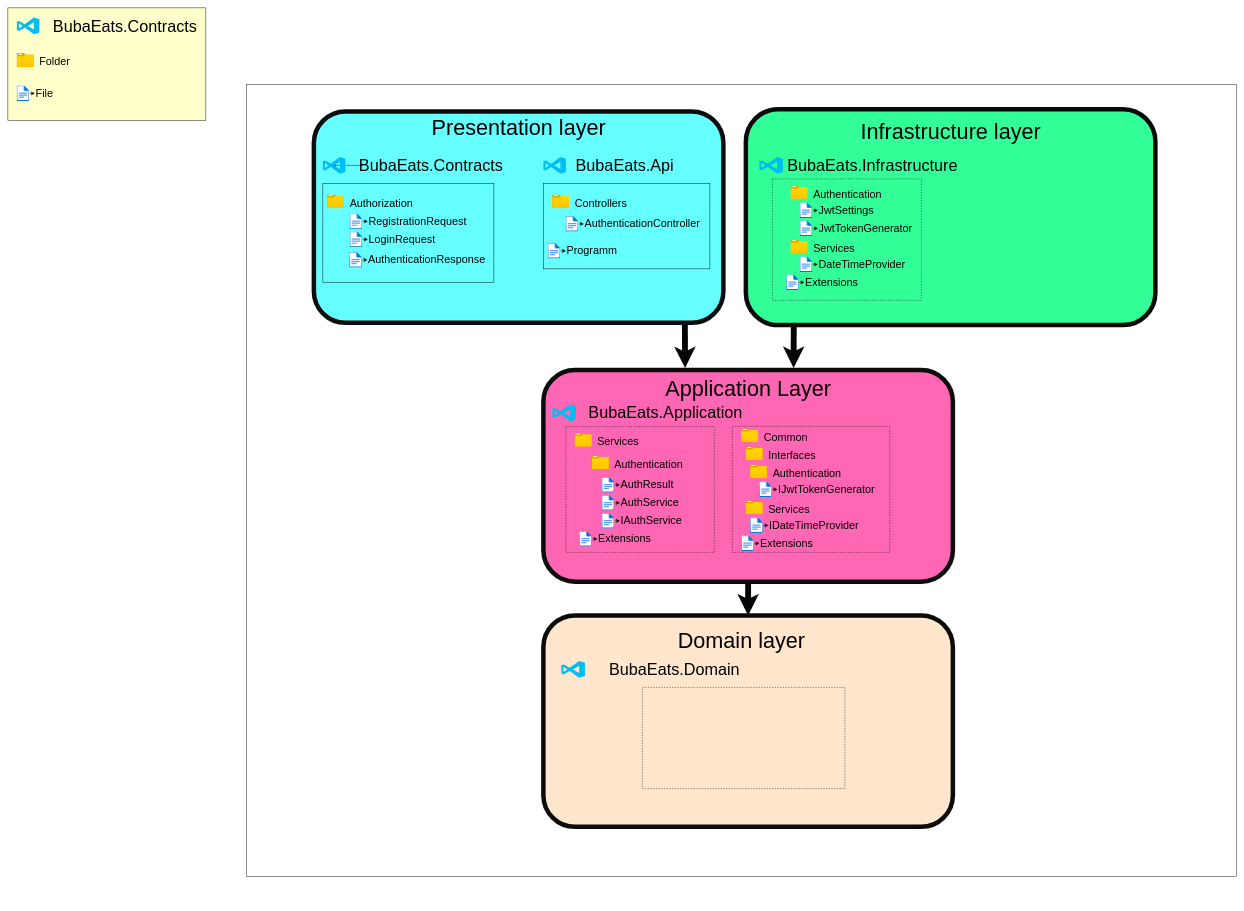
This is view.drawio from PilarczykM/BubaEats, a draw.io file, before an edit. Source tidied: cells renumbered, new cells numbered last; positions are measured from the earlier drawing's top-left corner, leaving out a move shared by most shapes. Both pictures are drawn from the tidied source at 45%, with x=0, y=0 at pixel (8, 8).
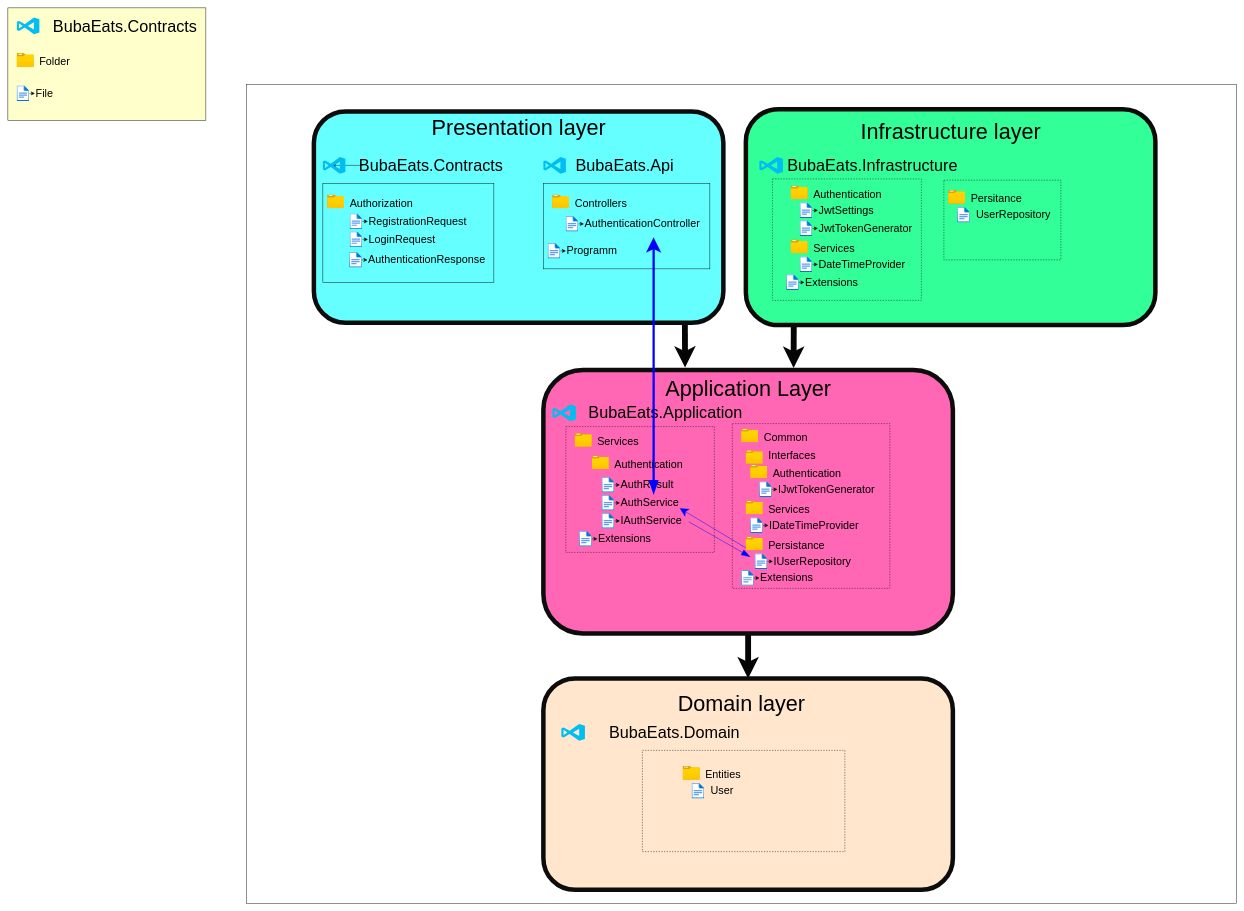
Above is the later version.

Unchanged cells that the change refers to:
```xml
<mxCell id="76" value="AuthService" style="text;html=1;align=left;verticalAlign=middle;points=[];strokeColor=none;fillColor=none;fontSize=24;fontColor=#000000;" parent="74" vertex="1">
  <mxGeometry x="40" width="150" height="40" as="geometry" />
</mxCell>
<mxCell id="80" value="IAuthService" style="text;html=1;align=left;verticalAlign=middle;points=[];strokeColor=none;fillColor=none;fontSize=24;fontColor=#000000;" parent="78" vertex="1">
  <mxGeometry x="40" width="160" height="40" as="geometry" />
</mxCell>
```

The edit, as a diff of the source:
```diff
@@
     <mxCell id="2" style="rounded=0;whiteSpace=wrap;html=1;strokeColor=#0a0a0a;strokeWidth=1;fontSize=48;fontColor=#000000;fillColor=#FFFFFF;" parent="1" vertex="1">
-      <mxGeometry x="530" y="170" width="2200" height="1760" as="geometry" />
+      <mxGeometry x="530" y="170" width="2200" height="1820" as="geometry" />
     </mxCell>
@@
     <mxCell id="61" style="rounded=1;whiteSpace=wrap;html=1;fillColor=#FF66B3;strokeWidth=10;strokeColor=#0d0c0c;" parent="1" vertex="1">
-      <mxGeometry x="1190" y="805" width="910" height="470" as="geometry" />
+      <mxGeometry x="1190" y="805" width="910" height="585" as="geometry" />
     </mxCell>
@@
     <mxCell id="86" style="rounded=1;whiteSpace=wrap;html=1;fillColor=#FFE6CC;strokeWidth=10;strokeColor=#0d0c0c;" parent="1" vertex="1">
-      <mxGeometry x="1190" y="1350" width="910" height="470" as="geometry" />
+      <mxGeometry x="1190" y="1490" width="910" height="470" as="geometry" />
     </mxCell>
     <mxCell id="87" value="&lt;font style=&quot;font-size: 48px;&quot; color=&quot;#000000&quot;&gt;Domain layer&lt;/font&gt;" style="text;html=1;align=center;verticalAlign=middle;strokeColor=none;fillColor=none;" parent="1" vertex="1">
-      <mxGeometry x="1475" y="1370" width="310" height="70" as="geometry" />
+      <mxGeometry x="1475" y="1510" width="310" height="70" as="geometry" />
     </mxCell>
     <mxCell id="88" style="group;" parent="1" vertex="1">
-      <mxGeometry x="1230" y="1440" width="460" height="60" as="geometry" />
+      <mxGeometry x="1230" y="1580" width="460" height="60" as="geometry" />
     </mxCell>
@@
     <mxCell id="94" style="rounded=0;whiteSpace=wrap;html=1;dashed=1;strokeColor=#0a0a0a;strokeWidth=1;fontSize=48;fontColor=#000000;fillColor=none;" parent="1" vertex="1">
-      <mxGeometry x="1410" y="1510" width="450" height="225" as="geometry" />
+      <mxGeometry x="1410" y="1650" width="450" height="225" as="geometry" />
     </mxCell>
@@
     <mxCell id="121" style="group;" parent="1" vertex="1">
-      <mxGeometry x="1640" y="950" width="320" height="260" as="geometry" />
+      <mxGeometry x="1640" y="950" width="320" height="340" as="geometry" />
     </mxCell>
     <mxCell id="122" style="html=1;align=center;image;fontSize=12;image=img/lib/azure2/general/Folder_Blank.svg;rounded=1;strokeColor=#000000;fontColor=#000000;fillColor=#FFFFCC;" parent="121" vertex="1">
-      <mxGeometry y="25" width="38" height="31" as="geometry" />
+      <mxGeometry y="32.7" width="38" height="31" as="geometry" />
     </mxCell>
@@
     <mxCell id="124" style="rounded=0;whiteSpace=wrap;html=1;dashed=1;strokeColor=#0a0a0a;strokeWidth=1;fontSize=48;fontColor=#000000;fillColor=none;" parent="121" vertex="1">
-      <mxGeometry x="-30" y="-20" width="350" height="280" as="geometry" />
+      <mxGeometry x="-30" y="-26.2" width="350" height="366.2" as="geometry" />
     </mxCell>
+    <mxCell id="143" style="group;" parent="121" vertex="1">
+      <mxGeometry y="200" width="198" height="70" as="geometry" />
+    </mxCell>
+    <mxCell id="144" style="html=1;align=center;image;fontSize=12;image=img/lib/azure2/general/Folder_Blank.svg;rounded=1;strokeColor=#000000;fontColor=#000000;fillColor=#FFFFCC;" parent="143" vertex="1">
+      <mxGeometry y="25" width="38" height="31" as="geometry" />
+    </mxCell>
+    <mxCell id="145" value="&lt;font style=&quot;font-size: 24px;&quot;&gt;Persistance&lt;/font&gt;" style="text;html=1;align=left;verticalAlign=middle;strokeColor=none;fillColor=none;fontSize=48;fontColor=#000000;" parent="143" vertex="1">
+      <mxGeometry x="48" width="150" height="70" as="geometry" />
+    </mxCell>
+    <mxCell id="146" style="group;" parent="121" vertex="1">
+      <mxGeometry x="20" y="260" width="280" height="40" as="geometry" />
+    </mxCell>
+    <mxCell id="147" style="html=1;points=[];align=center;image;fontSize=12;image=img/lib/azure2/general/File.svg;rounded=1;strokeColor=#000000;fontColor=#000000;fillColor=#FFFFCC;" parent="146" vertex="1">
+      <mxGeometry y="2.8" width="28" height="34.5" as="geometry" />
+    </mxCell>
+    <mxCell id="148" value="IUserRepository" style="text;html=1;align=left;verticalAlign=middle;points=[];strokeColor=none;fillColor=none;fontSize=24;fontColor=#000000;" parent="146" vertex="1">
+      <mxGeometry x="40" width="200" height="40" as="geometry" />
+    </mxCell>
+    <mxCell id="149" style="edgeStyle=none;html=1;fontSize=24;fontColor=#000000;" parent="146" edge="1" source="147" target="148">
+      <mxGeometry relative="1" as="geometry" />
+    </mxCell>
@@
     <mxCell id="139" style="group;" parent="1" vertex="1">
-      <mxGeometry x="1630" y="1170" width="280" height="40" as="geometry" />
+      <mxGeometry x="1630" y="1247" width="280" height="46" as="geometry" />
     </mxCell>
@@
+    <mxCell id="150" style="group;" parent="1" vertex="1">
+      <mxGeometry x="2090" y="380" width="228" height="70" as="geometry" />
+    </mxCell>
+    <mxCell id="151" style="html=1;align=center;image;fontSize=12;image=img/lib/azure2/general/Folder_Blank.svg;rounded=1;strokeColor=#000000;fontColor=#000000;fillColor=#FFFFCC;" parent="150" vertex="1">
+      <mxGeometry y="25" width="38" height="31" as="geometry" />
+    </mxCell>
+    <mxCell id="152" value="&lt;font style=&quot;font-size: 24px;&quot;&gt;Persitance&lt;/font&gt;" style="text;html=1;align=left;verticalAlign=middle;strokeColor=none;fillColor=none;fontSize=48;fontColor=#000000;" parent="150" vertex="1">
+      <mxGeometry x="48" width="140" height="70" as="geometry" />
+    </mxCell>
+    <mxCell id="153" style="html=1;align=center;image;fontSize=12;image=img/lib/azure2/general/File.svg;rounded=1;strokeColor=#000000;fontColor=#000000;fillColor=#FFFFCC;" parent="1" vertex="1">
+      <mxGeometry x="2110" y="442.8" width="28" height="34.5" as="geometry" />
+    </mxCell>
+    <mxCell id="154" value="UserRepository" style="text;html=1;align=left;verticalAlign=middle;strokeColor=none;fillColor=none;fontSize=24;fontColor=#000000;" parent="1" vertex="1">
+      <mxGeometry x="2150" y="440" width="190" height="40" as="geometry" />
+    </mxCell>
+    <mxCell id="155" style="endArrow=none;html=1;entryX=0.956;entryY=0.55;entryDx=0;entryDy=0;entryPerimeter=0;endSize=6;startArrow=blockThin;startFill=1;endFill=0;startSize=18;strokeColor=#0000FF;" parent="1" edge="1" target="80">
+      <mxGeometry relative="1" as="geometry">
+        <mxPoint x="1650" y="1220" as="sourcePoint" />
+      </mxGeometry>
+    </mxCell>
+    <mxCell id="156" style="endArrow=classic;html=1;entryX=0.956;entryY=0.55;entryDx=0;entryDy=0;entryPerimeter=0;endSize=17;strokeColor=#0000FF;" parent="1" edge="1">
+      <mxGeometry relative="1" as="geometry">
+        <mxPoint x="1640" y="1200" as="sourcePoint" />
+        <mxPoint x="1493" y="1112" as="targetPoint" />
+      </mxGeometry>
+    </mxCell>
+    <mxCell id="157" style="endArrow=classic;html=1;startSize=18;endSize=18;strokeWidth=5;startArrow=blockThin;startFill=1;strokeColor=#0000FF;" parent="1" edge="1" source="76">
+      <mxGeometry relative="1" as="geometry">
+        <mxPoint x="1435" y="510" as="targetPoint" />
+      </mxGeometry>
+    </mxCell>
+    <mxCell id="158" style="group;" parent="1" vertex="1">
+      <mxGeometry x="1500" y="1660" width="228" height="70" as="geometry" />
+    </mxCell>
+    <mxCell id="159" style="html=1;align=center;image;fontSize=12;image=img/lib/azure2/general/Folder_Blank.svg;rounded=1;strokeColor=#000000;fontColor=#000000;fillColor=#FFFFCC;" parent="158" vertex="1">
+      <mxGeometry y="25" width="38" height="31" as="geometry" />
+    </mxCell>
+    <mxCell id="160" value="&lt;font style=&quot;font-size: 24px;&quot;&gt;Entities&lt;/font&gt;" style="text;html=1;align=left;verticalAlign=middle;strokeColor=none;fillColor=none;fontSize=48;fontColor=#000000;" parent="158" vertex="1">
+      <mxGeometry x="48" width="100" height="70" as="geometry" />
+    </mxCell>
+    <mxCell id="161" style="html=1;align=center;image;fontSize=12;image=img/lib/azure2/general/File.svg;rounded=1;strokeColor=#000000;fontColor=#000000;fillColor=#FFFFCC;" parent="1" vertex="1">
+      <mxGeometry x="1520" y="1722.8" width="28" height="34.5" as="geometry" />
+    </mxCell>
+    <mxCell id="162" value="User" style="text;html=1;align=left;verticalAlign=middle;strokeColor=none;fillColor=none;fontSize=24;fontColor=#000000;" parent="1" vertex="1">
+      <mxGeometry x="1560" y="1720" width="70" height="40" as="geometry" />
+    </mxCell>
+    <mxCell id="163" style="whiteSpace=wrap;html=1;dashed=1;gradientColor=default;fillColor=none;strokeColor=#000000;" parent="1" vertex="1">
+      <mxGeometry x="2080" y="382.8" width="260" height="177.2" as="geometry" />
+    </mxCell>
```
